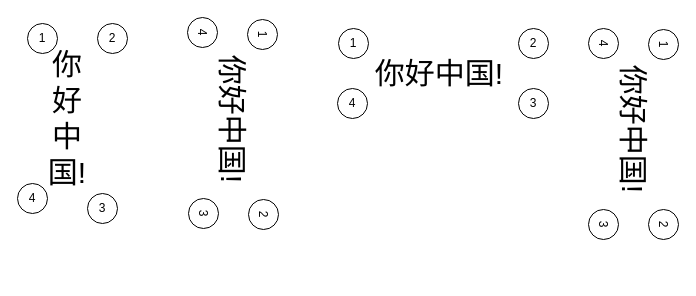
This is page "第 15 页" (15 of 15) of voice_sync_Diagram.drawio from main0c/ATrans, a draw.io file, before an edit. Source tidied: cells renumbered, new cells numbered last; positions are measured from the earlier drawing's top-left corner, leaving out a move shared by most shapes. Both pictures are drawn from the tidied source at 100%, with x=0, y=0 at pixel (17, 17).
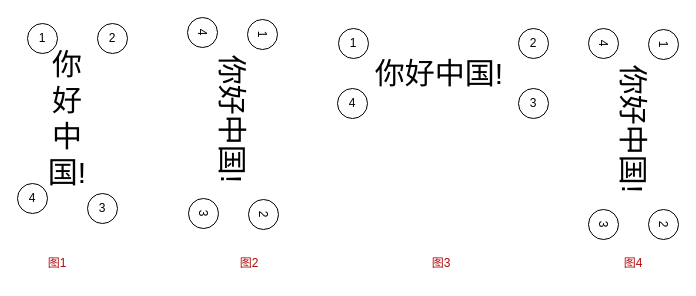
Above is the later version.

What changed in the source:
```diff
@@
+    <mxCell id="26" value="图1" style="text;html=1;strokeColor=none;fillColor=none;align=center;verticalAlign=middle;whiteSpace=wrap;rounded=0;fontColor=#b30909;" parent="1" vertex="1">
+      <mxGeometry x="10" y="231" width="60" height="30" as="geometry" />
+    </mxCell>
+    <mxCell id="27" value="图2" style="text;html=1;strokeColor=none;fillColor=none;align=center;verticalAlign=middle;whiteSpace=wrap;rounded=0;fontColor=#b30909;" parent="1" vertex="1">
+      <mxGeometry x="202" y="231" width="60" height="30" as="geometry" />
+    </mxCell>
+    <mxCell id="28" value="图3" style="text;html=1;strokeColor=none;fillColor=none;align=center;verticalAlign=middle;whiteSpace=wrap;rounded=0;fontColor=#b30909;" parent="1" vertex="1">
+      <mxGeometry x="394" y="231" width="60" height="30" as="geometry" />
+    </mxCell>
+    <mxCell id="29" value="图4&lt;br&gt;" style="text;html=1;strokeColor=none;fillColor=none;align=center;verticalAlign=middle;whiteSpace=wrap;rounded=0;fontColor=#b30909;" parent="1" vertex="1">
+      <mxGeometry x="585.5" y="231" width="60" height="30" as="geometry" />
+    </mxCell>
```
